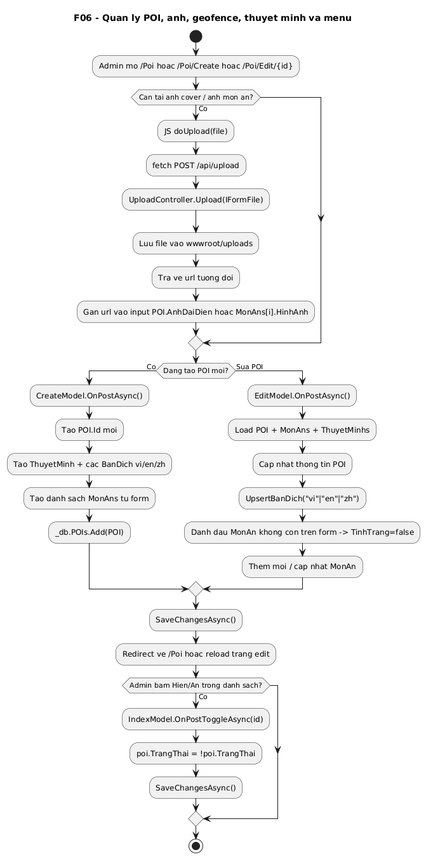
This is docs/diagrams/png/06-cms-poi-management-activity.png from VoBao182/PhoAmThuc, a PlantUML export, as it was before one commit.
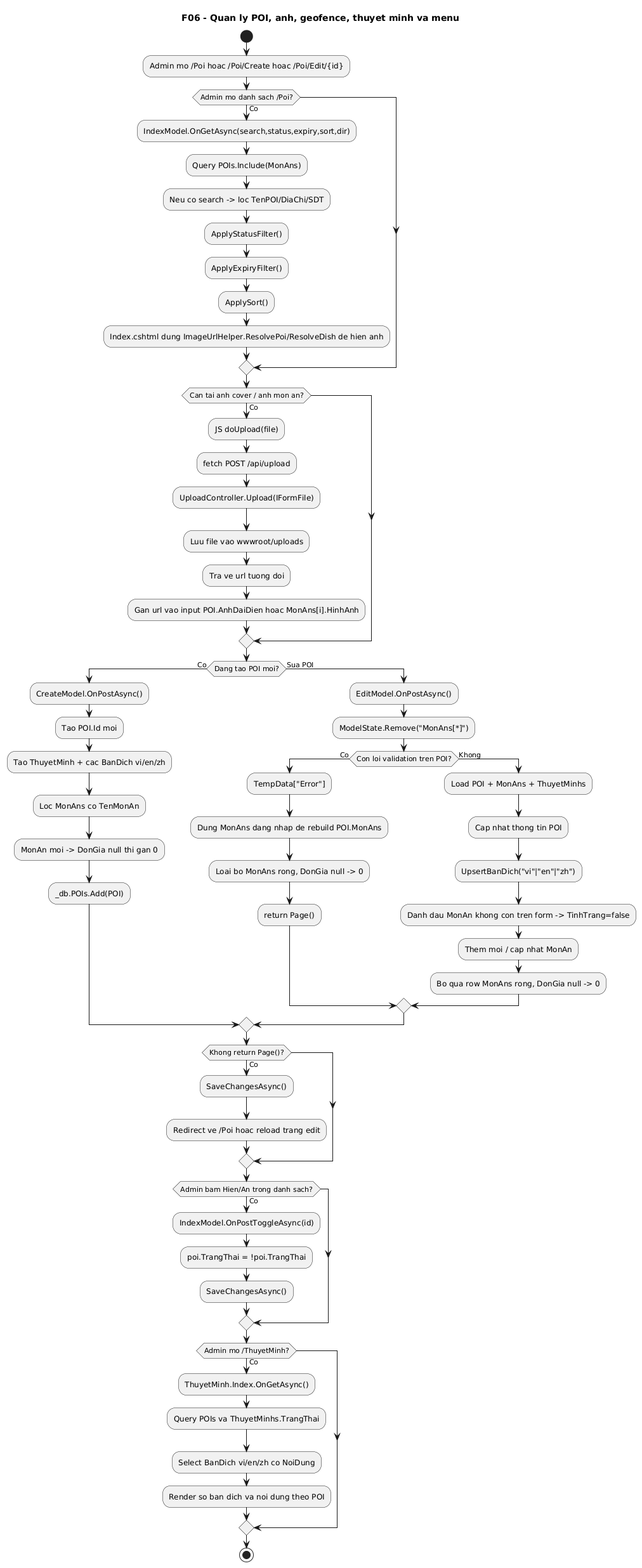
Later version of the same file.

Change to the diagram source:
```diff
@@ -2,6 +2,16 @@
 title F06 - Quan ly POI, anh, geofence, thuyet minh va menu
 start
 :Admin mo /Poi hoac /Poi/Create hoac /Poi/Edit/{id};
+
+if (Admin mo danh sach /Poi?) then (Co)
+  :IndexModel.OnGetAsync(search,status,expiry,sort,dir);
+  :Query POIs.Include(MonAns);
+  :Neu co search -> loc TenPOI/DiaChi/SDT;
+  :ApplyStatusFilter();
+  :ApplyExpiryFilter();
+  :ApplySort();
+  :Index.cshtml dung ImageUrlHelper.ResolvePoi/ResolveDish de hien anh;
+endif
 
 if (Can tai anh cover / anh mon an?) then (Co)
   :JS doUpload(file);
@@ -16,19 +26,31 @@
   :CreateModel.OnPostAsync();
   :Tao POI.Id moi;
   :Tao ThuyetMinh + cac BanDich vi/en/zh;
-  :Tao danh sach MonAns tu form;
+  :Loc MonAns co TenMonAn;
+  :MonAn moi -> DonGia null thi gan 0;
   :_db.POIs.Add(POI);
 else (Sua POI)
   :EditModel.OnPostAsync();
-  :Load POI + MonAns + ThuyetMinhs;
-  :Cap nhat thong tin POI;
-  :UpsertBanDich("vi"|"en"|"zh");
-  :Danh dau MonAn khong con tren form -> TinhTrang=false;
-  :Them moi / cap nhat MonAn;
+  :ModelState.Remove("MonAns[*]");
+  if (Con loi validation tren POI?) then (Co)
+    :TempData["Error"];
+    :Dung MonAns dang nhap de rebuild POI.MonAns;
+    :Loai bo MonAns rong, DonGia null -> 0;
+    :return Page();
+  else (Khong)
+    :Load POI + MonAns + ThuyetMinhs;
+    :Cap nhat thong tin POI;
+    :UpsertBanDich("vi"|"en"|"zh");
+    :Danh dau MonAn khong con tren form -> TinhTrang=false;
+    :Them moi / cap nhat MonAn;
+    :Bo qua row MonAns rong, DonGia null -> 0;
+  endif
 endif
 
-:SaveChangesAsync();
-:Redirect ve /Poi hoac reload trang edit;
+if (Khong return Page()?) then (Co)
+  :SaveChangesAsync();
+  :Redirect ve /Poi hoac reload trang edit;
+endif
 
 if (Admin bam Hien/An trong danh sach?) then (Co)
   :IndexModel.OnPostToggleAsync(id);
@@ -36,5 +58,12 @@
   :SaveChangesAsync();
 endif
 
+if (Admin mo /ThuyetMinh?) then (Co)
+  :ThuyetMinh.Index.OnGetAsync();
+  :Query POIs va ThuyetMinhs.TrangThai;
+  :Select BanDich vi/en/zh co NoiDung;
+  :Render so ban dich va noi dung theo POI;
+endif
+
 stop
 @enduml
```
